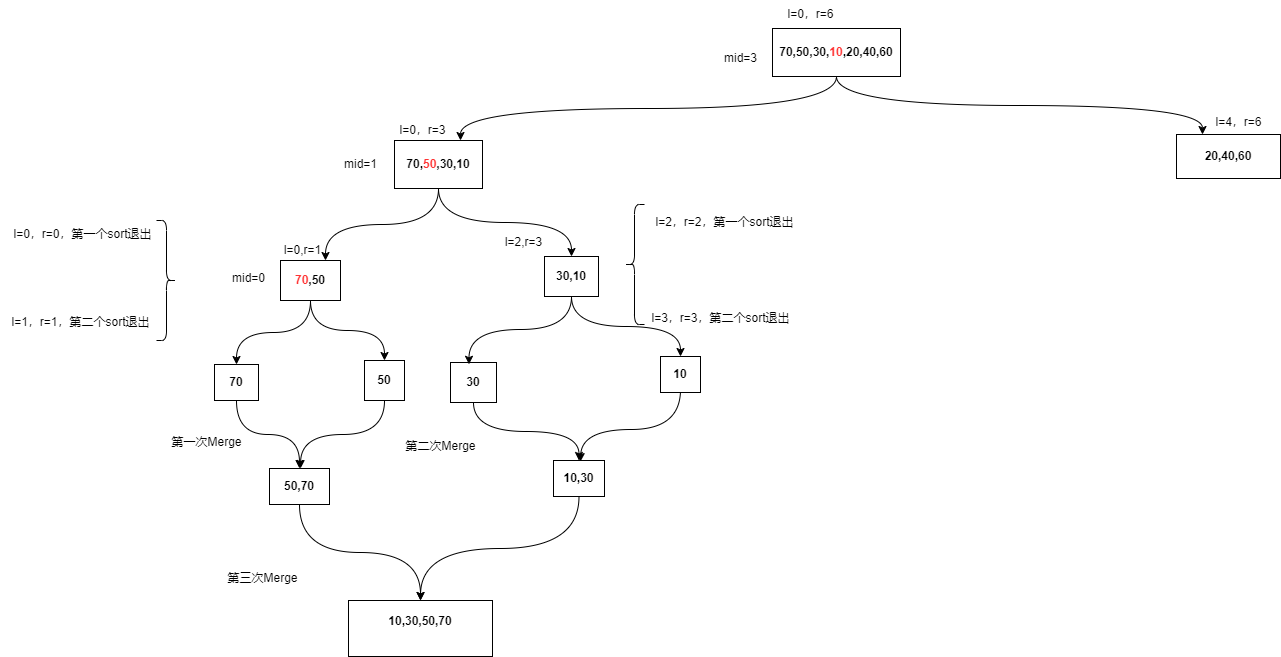
Above: AlgorithmsAndDataStructures/归并算法.drawio.png in wjb0823/drawio (draw.io), before the change. Source tidied: cells renumbered, new cells last; positions are measured from the earlier drawing's top-left corner, leaving out a move shared by most shapes. Source of this version:
```xml
<mxGraphModel>
  <root>
    <mxCell id="0" />
    <mxCell id="1" parent="0" />
    <mxCell id="2" style="edgeStyle=orthogonalEdgeStyle;rounded=0;jettySize=auto;html=1;exitX=0.5;exitY=1;exitDx=0;exitDy=0;entryX=0.75;entryY=0;entryDx=0;entryDy=0;curved=1;" parent="1" edge="1" source="4" target="8">
      <mxGeometry relative="1" as="geometry" />
    </mxCell>
    <mxCell id="3" style="edgeStyle=orthogonalEdgeStyle;rounded=0;jettySize=auto;html=1;exitX=0.5;exitY=1;exitDx=0;exitDy=0;curved=1;entryX=0.25;entryY=0;entryDx=0;entryDy=0;" parent="1" edge="1" source="4" target="5">
      <mxGeometry relative="1" as="geometry" />
    </mxCell>
    <mxCell id="4" value="&lt;b&gt;70,50,30,&lt;font color=&quot;#ff3333&quot;&gt;10&lt;/font&gt;,20,40,60&lt;/b&gt;" style="rounded=0;whiteSpace=wrap;html=1;" parent="1" vertex="1">
      <mxGeometry x="772" y="28" width="128" height="48" as="geometry" />
    </mxCell>
    <mxCell id="5" value="&lt;b&gt;20,40,60&lt;/b&gt;" style="rounded=0;whiteSpace=wrap;html=1;" parent="1" vertex="1">
      <mxGeometry x="1176" y="134" width="104" height="44" as="geometry" />
    </mxCell>
    <mxCell id="6" style="edgeStyle=orthogonalEdgeStyle;rounded=0;jettySize=auto;html=1;entryX=0.75;entryY=0;entryDx=0;entryDy=0;curved=1;exitX=0.5;exitY=1;exitDx=0;exitDy=0;" parent="1" edge="1" source="8" target="11">
      <mxGeometry relative="1" as="geometry" />
    </mxCell>
    <mxCell id="7" style="edgeStyle=orthogonalEdgeStyle;rounded=0;jettySize=auto;html=1;exitX=0.5;exitY=1;exitDx=0;exitDy=0;entryX=0.5;entryY=0;entryDx=0;entryDy=0;curved=1;" parent="1" edge="1" source="8" target="28">
      <mxGeometry relative="1" as="geometry" />
    </mxCell>
    <mxCell id="8" value="&lt;b&gt;70,&lt;font color=&quot;#ff3333&quot;&gt;50&lt;/font&gt;,30,10&lt;/b&gt;" style="rounded=0;whiteSpace=wrap;html=1;" parent="1" vertex="1">
      <mxGeometry x="394" y="140" width="88" height="48" as="geometry" />
    </mxCell>
    <mxCell id="9" style="edgeStyle=orthogonalEdgeStyle;rounded=0;jettySize=auto;html=1;exitX=0.5;exitY=1;exitDx=0;exitDy=0;curved=1;entryX=0.5;entryY=0;entryDx=0;entryDy=0;" parent="1" edge="1" source="11" target="20">
      <mxGeometry relative="1" as="geometry" />
    </mxCell>
    <mxCell id="10" style="edgeStyle=orthogonalEdgeStyle;rounded=0;jettySize=auto;html=1;exitX=0.5;exitY=1;exitDx=0;exitDy=0;entryX=0.5;entryY=0;entryDx=0;entryDy=0;curved=1;" parent="1" edge="1" source="11" target="22">
      <mxGeometry relative="1" as="geometry" />
    </mxCell>
    <mxCell id="11" value="&lt;b&gt;&lt;font color=&quot;#ff3333&quot;&gt;70&lt;/font&gt;,50&lt;/b&gt;" style="rounded=0;whiteSpace=wrap;html=1;" parent="1" vertex="1">
      <mxGeometry x="280" y="260" width="60" height="40" as="geometry" />
    </mxCell>
    <mxCell id="12" value="l=0，r=6" style="text;html=1;align=center;verticalAlign=middle;strokeColor=none;fillColor=none;" parent="1" vertex="1">
      <mxGeometry x="776" width="68" height="28" as="geometry" />
    </mxCell>
    <mxCell id="13" value="mid=3" style="text;html=1;align=center;verticalAlign=middle;strokeColor=none;fillColor=none;" parent="1" vertex="1">
      <mxGeometry x="712" y="44" width="56" height="28" as="geometry" />
    </mxCell>
    <mxCell id="14" value="l=0，r=3" style="text;html=1;align=center;verticalAlign=middle;strokeColor=none;fillColor=none;" parent="1" vertex="1">
      <mxGeometry x="388" y="116" width="68" height="28" as="geometry" />
    </mxCell>
    <mxCell id="15" value="mid=1" style="text;html=1;align=center;verticalAlign=middle;strokeColor=none;fillColor=none;" parent="1" vertex="1">
      <mxGeometry x="332" y="150" width="56" height="28" as="geometry" />
    </mxCell>
    <mxCell id="16" value="l=0,r=1" style="text;html=1;align=center;verticalAlign=middle;strokeColor=none;fillColor=none;" parent="1" vertex="1">
      <mxGeometry x="272" y="236" width="60" height="28" as="geometry" />
    </mxCell>
    <mxCell id="17" value="l=2，r=2，第一个sort退出" style="text;html=1;align=center;verticalAlign=middle;strokeColor=none;fillColor=none;" parent="1" vertex="1">
      <mxGeometry x="644" y="208" width="160" height="28" as="geometry" />
    </mxCell>
    <mxCell id="18" value="l=3，r=3，第二个sort退出" style="text;html=1;align=center;verticalAlign=middle;strokeColor=none;fillColor=none;" parent="1" vertex="1">
      <mxGeometry x="640" y="304" width="160" height="28" as="geometry" />
    </mxCell>
    <mxCell id="19" style="edgeStyle=orthogonalEdgeStyle;rounded=0;jettySize=auto;html=1;entryX=0.5;entryY=0;entryDx=0;entryDy=0;curved=1;exitX=0.5;exitY=1;exitDx=0;exitDy=0;" parent="1" edge="1" source="20" target="24">
      <mxGeometry relative="1" as="geometry" />
    </mxCell>
    <mxCell id="20" value="&lt;b style=&quot;&quot;&gt;70&lt;/b&gt;" style="rounded=0;whiteSpace=wrap;html=1;" parent="1" vertex="1">
      <mxGeometry x="214" y="364" width="44" height="36" as="geometry" />
    </mxCell>
    <mxCell id="21" style="edgeStyle=orthogonalEdgeStyle;rounded=0;jettySize=auto;html=1;exitX=0.5;exitY=1;exitDx=0;exitDy=0;curved=1;" parent="1" edge="1" source="22">
      <mxGeometry relative="1" as="geometry">
        <mxPoint x="300" y="468" as="targetPoint" />
      </mxGeometry>
    </mxCell>
    <mxCell id="22" value="&lt;b style=&quot;&quot;&gt;50&lt;/b&gt;" style="rounded=0;whiteSpace=wrap;html=1;" parent="1" vertex="1">
      <mxGeometry x="364" y="360" width="40" height="40" as="geometry" />
    </mxCell>
    <mxCell id="23" style="edgeStyle=orthogonalEdgeStyle;rounded=0;jettySize=auto;html=1;exitX=0.5;exitY=1;exitDx=0;exitDy=0;entryX=0.5;entryY=0;entryDx=0;entryDy=0;curved=1;" parent="1" edge="1" source="24" target="39">
      <mxGeometry relative="1" as="geometry" />
    </mxCell>
    <mxCell id="24" value="&lt;b style=&quot;&quot;&gt;50,70&lt;/b&gt;&lt;b style=&quot;&quot;&gt;&lt;br&gt;&lt;/b&gt;" style="rounded=0;whiteSpace=wrap;html=1;" parent="1" vertex="1">
      <mxGeometry x="269" y="468" width="60" height="36" as="geometry" />
    </mxCell>
    <mxCell id="25" value="第一次Merge" style="text;html=1;align=center;verticalAlign=middle;strokeColor=none;fillColor=none;" parent="1" vertex="1">
      <mxGeometry x="160" y="428" width="92" height="28" as="geometry" />
    </mxCell>
    <mxCell id="26" value="l=2,r=3" style="text;html=1;align=center;verticalAlign=middle;strokeColor=none;fillColor=none;" parent="1" vertex="1">
      <mxGeometry x="493" y="228" width="60" height="28" as="geometry" />
    </mxCell>
    <mxCell id="27" style="edgeStyle=orthogonalEdgeStyle;rounded=0;jettySize=auto;html=1;exitX=0.5;exitY=1;exitDx=0;exitDy=0;entryX=0.5;entryY=0;entryDx=0;entryDy=0;curved=1;" parent="1" edge="1" source="28" target="32">
      <mxGeometry relative="1" as="geometry" />
    </mxCell>
    <mxCell id="28" value="&lt;b style=&quot;&quot;&gt;30,10&lt;/b&gt;" style="rounded=0;whiteSpace=wrap;html=1;" parent="1" vertex="1">
      <mxGeometry x="544" y="256" width="54" height="40" as="geometry" />
    </mxCell>
    <mxCell id="29" style="edgeStyle=orthogonalEdgeStyle;rounded=0;jettySize=auto;html=1;exitX=0.5;exitY=1;exitDx=0;exitDy=0;curved=1;" parent="1" edge="1" source="30" target="35">
      <mxGeometry relative="1" as="geometry" />
    </mxCell>
    <mxCell id="30" value="&lt;b style=&quot;&quot;&gt;30&lt;/b&gt;" style="rounded=0;whiteSpace=wrap;html=1;" parent="1" vertex="1">
      <mxGeometry x="450" y="362" width="46" height="40" as="geometry" />
    </mxCell>
    <mxCell id="31" style="edgeStyle=orthogonalEdgeStyle;rounded=0;orthogonalLoop=1;jettySize=auto;html=1;curved=1;" parent="1" edge="1">
      <mxGeometry relative="1" as="geometry">
        <mxPoint x="680" y="389" as="sourcePoint" />
        <mxPoint x="580" y="461" as="targetPoint" />
        <Array as="points">
          <mxPoint x="680" y="429" />
          <mxPoint x="581" y="429" />
        </Array>
      </mxGeometry>
    </mxCell>
    <mxCell id="32" value="&lt;b style=&quot;&quot;&gt;10&lt;/b&gt;" style="rounded=0;whiteSpace=wrap;html=1;" parent="1" vertex="1">
      <mxGeometry x="660" y="356" width="40" height="36" as="geometry" />
    </mxCell>
    <mxCell id="33" style="edgeStyle=orthogonalEdgeStyle;rounded=0;jettySize=auto;html=1;exitX=0.5;exitY=1;exitDx=0;exitDy=0;entryX=0.402;entryY=0.045;entryDx=0;entryDy=0;entryPerimeter=0;curved=1;" parent="1" edge="1" source="28" target="30">
      <mxGeometry relative="1" as="geometry" />
    </mxCell>
    <mxCell id="34" style="edgeStyle=orthogonalEdgeStyle;rounded=0;jettySize=auto;html=1;exitX=0.5;exitY=1;exitDx=0;exitDy=0;curved=1;" parent="1" edge="1" source="35">
      <mxGeometry relative="1" as="geometry">
        <mxPoint x="420" y="600" as="targetPoint" />
      </mxGeometry>
    </mxCell>
    <mxCell id="35" value="&lt;b style=&quot;&quot;&gt;10,30&lt;/b&gt;&lt;b style=&quot;&quot;&gt;&lt;br&gt;&lt;/b&gt;" style="rounded=0;whiteSpace=wrap;html=1;" parent="1" vertex="1">
      <mxGeometry x="553" y="460" width="51" height="36" as="geometry" />
    </mxCell>
    <mxCell id="36" value="第二次Merge" style="text;html=1;align=center;verticalAlign=middle;strokeColor=none;fillColor=none;" parent="1" vertex="1">
      <mxGeometry x="394" y="432" width="92" height="28" as="geometry" />
    </mxCell>
    <mxCell id="37" value="l=0，r=0，第一个sort退出" style="text;html=1;align=center;verticalAlign=middle;strokeColor=none;fillColor=none;" parent="1" vertex="1">
      <mxGeometry x="2" y="220" width="160" height="28" as="geometry" />
    </mxCell>
    <mxCell id="38" value="l=1，r=1，第二个sort退出" style="text;html=1;align=center;verticalAlign=middle;strokeColor=none;fillColor=none;" parent="1" vertex="1">
      <mxGeometry y="308" width="160" height="28" as="geometry" />
    </mxCell>
    <mxCell id="39" value="&lt;b style=&quot;&quot;&gt;10,30,50,70&lt;br&gt;&lt;/b&gt;&lt;b style=&quot;&quot;&gt;&lt;br&gt;&lt;/b&gt;" style="rounded=0;whiteSpace=wrap;html=1;" parent="1" vertex="1">
      <mxGeometry x="348" y="600" width="144" height="56" as="geometry" />
    </mxCell>
    <mxCell id="40" value="第三次Merge" style="text;html=1;align=center;verticalAlign=middle;strokeColor=none;fillColor=none;" parent="1" vertex="1">
      <mxGeometry x="216" y="564" width="92" height="28" as="geometry" />
    </mxCell>
    <mxCell id="41" style="shape=curlyBracket;whiteSpace=wrap;html=1;rounded=1;flipH=1;labelPosition=right;verticalLabelPosition=middle;align=left;verticalAlign=middle;" parent="1" vertex="1">
      <mxGeometry x="156" y="220" width="20" height="120" as="geometry" />
    </mxCell>
    <mxCell id="42" style="shape=curlyBracket;whiteSpace=wrap;html=1;rounded=1;labelPosition=left;verticalLabelPosition=middle;align=right;verticalAlign=middle;" parent="1" vertex="1">
      <mxGeometry x="624" y="204" width="20" height="120" as="geometry" />
    </mxCell>
    <mxCell id="43" value="l=4，r=6" style="text;html=1;align=center;verticalAlign=middle;strokeColor=none;fillColor=none;" parent="1" vertex="1">
      <mxGeometry x="1204" y="108" width="68" height="28" as="geometry" />
    </mxCell>
    <mxCell id="44" value="mid=0" style="text;html=1;align=center;verticalAlign=middle;strokeColor=none;fillColor=none;" parent="1" vertex="1">
      <mxGeometry x="220" y="264" width="56" height="28" as="geometry" />
    </mxCell>
  </root>
</mxGraphModel>
```
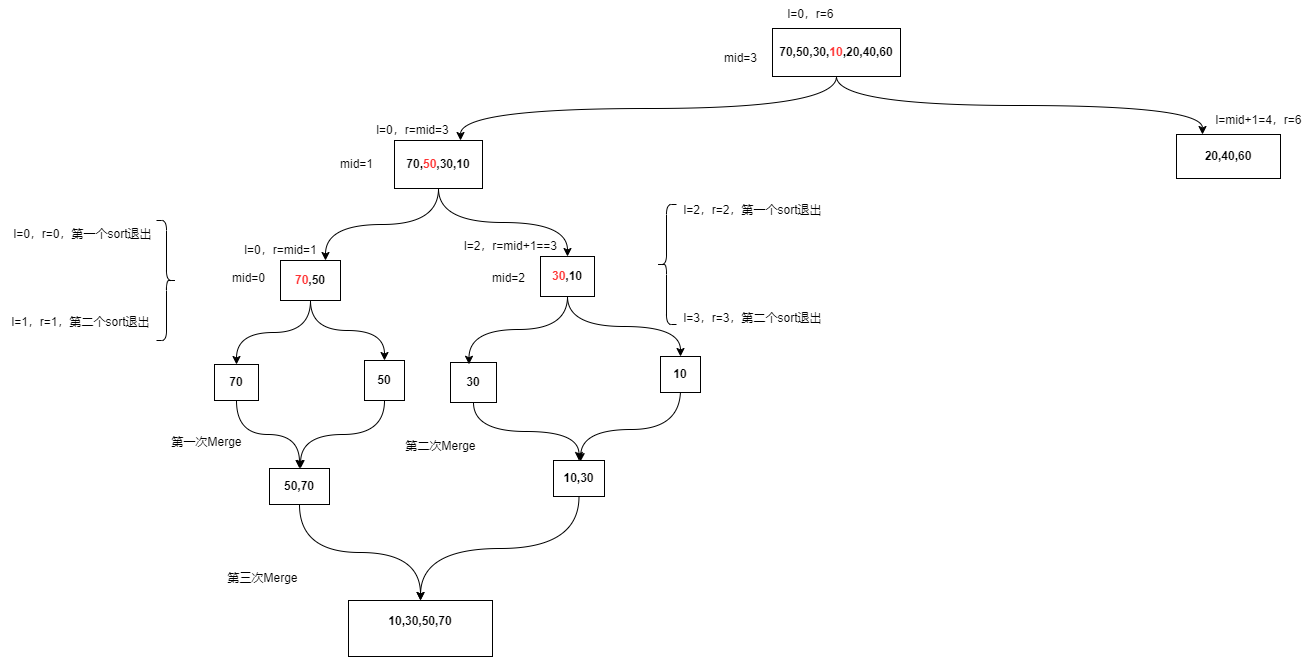
After the commit.

Commit message:
更新归并算法.drawio.png

Change to the diagram source:
```diff
@@ -38,20 +38,20 @@
     <mxCell id="13" value="mid=3" style="text;html=1;align=center;verticalAlign=middle;strokeColor=none;fillColor=none;" parent="1" vertex="1">
       <mxGeometry x="712" y="44" width="56" height="28" as="geometry" />
     </mxCell>
-    <mxCell id="14" value="l=0，r=3" style="text;html=1;align=center;verticalAlign=middle;strokeColor=none;fillColor=none;" parent="1" vertex="1">
-      <mxGeometry x="388" y="116" width="68" height="28" as="geometry" />
+    <mxCell id="14" value="l=0，r=mid=3" style="text;html=1;align=center;verticalAlign=middle;strokeColor=none;fillColor=none;" parent="1" vertex="1">
+      <mxGeometry x="364" y="116" width="96" height="28" as="geometry" />
     </mxCell>
     <mxCell id="15" value="mid=1" style="text;html=1;align=center;verticalAlign=middle;strokeColor=none;fillColor=none;" parent="1" vertex="1">
-      <mxGeometry x="332" y="150" width="56" height="28" as="geometry" />
+      <mxGeometry x="328" y="150" width="56" height="28" as="geometry" />
     </mxCell>
-    <mxCell id="16" value="l=0,r=1" style="text;html=1;align=center;verticalAlign=middle;strokeColor=none;fillColor=none;" parent="1" vertex="1">
-      <mxGeometry x="272" y="236" width="60" height="28" as="geometry" />
+    <mxCell id="16" value="l=0，r=mid=1" style="text;html=1;align=center;verticalAlign=middle;strokeColor=none;fillColor=none;" parent="1" vertex="1">
+      <mxGeometry x="232" y="236" width="96" height="28" as="geometry" />
     </mxCell>
     <mxCell id="17" value="l=2，r=2，第一个sort退出" style="text;html=1;align=center;verticalAlign=middle;strokeColor=none;fillColor=none;" parent="1" vertex="1">
-      <mxGeometry x="644" y="208" width="160" height="28" as="geometry" />
+      <mxGeometry x="672" y="196" width="160" height="28" as="geometry" />
     </mxCell>
     <mxCell id="18" value="l=3，r=3，第二个sort退出" style="text;html=1;align=center;verticalAlign=middle;strokeColor=none;fillColor=none;" parent="1" vertex="1">
-      <mxGeometry x="640" y="304" width="160" height="28" as="geometry" />
+      <mxGeometry x="672" y="304" width="160" height="28" as="geometry" />
     </mxCell>
     <mxCell id="19" style="edgeStyle=orthogonalEdgeStyle;rounded=0;jettySize=auto;html=1;entryX=0.5;entryY=0;entryDx=0;entryDy=0;curved=1;exitX=0.5;exitY=1;exitDx=0;exitDy=0;" parent="1" edge="1" source="20" target="24">
       <mxGeometry relative="1" as="geometry" />
@@ -76,14 +76,14 @@
     <mxCell id="25" value="第一次Merge" style="text;html=1;align=center;verticalAlign=middle;strokeColor=none;fillColor=none;" parent="1" vertex="1">
       <mxGeometry x="160" y="428" width="92" height="28" as="geometry" />
     </mxCell>
-    <mxCell id="26" value="l=2,r=3" style="text;html=1;align=center;verticalAlign=middle;strokeColor=none;fillColor=none;" parent="1" vertex="1">
-      <mxGeometry x="493" y="228" width="60" height="28" as="geometry" />
+    <mxCell id="26" value="l=2，r=mid+1==3" style="text;html=1;align=center;verticalAlign=middle;strokeColor=none;fillColor=none;" parent="1" vertex="1">
+      <mxGeometry x="452" y="232" width="116" height="28" as="geometry" />
     </mxCell>
     <mxCell id="27" style="edgeStyle=orthogonalEdgeStyle;rounded=0;jettySize=auto;html=1;exitX=0.5;exitY=1;exitDx=0;exitDy=0;entryX=0.5;entryY=0;entryDx=0;entryDy=0;curved=1;" parent="1" edge="1" source="28" target="32">
       <mxGeometry relative="1" as="geometry" />
     </mxCell>
-    <mxCell id="28" value="&lt;b style=&quot;&quot;&gt;30,10&lt;/b&gt;" style="rounded=0;whiteSpace=wrap;html=1;" parent="1" vertex="1">
-      <mxGeometry x="544" y="256" width="54" height="40" as="geometry" />
+    <mxCell id="28" value="&lt;b style=&quot;&quot;&gt;&lt;font color=&quot;#ff3333&quot;&gt;30&lt;/font&gt;,10&lt;/b&gt;" style="rounded=0;whiteSpace=wrap;html=1;" parent="1" vertex="1">
+      <mxGeometry x="540" y="256" width="54" height="40" as="geometry" />
     </mxCell>
     <mxCell id="29" style="edgeStyle=orthogonalEdgeStyle;rounded=0;jettySize=auto;html=1;exitX=0.5;exitY=1;exitDx=0;exitDy=0;curved=1;" parent="1" edge="1" source="30" target="35">
       <mxGeometry relative="1" as="geometry" />
@@ -134,13 +134,16 @@
       <mxGeometry x="156" y="220" width="20" height="120" as="geometry" />
     </mxCell>
     <mxCell id="42" style="shape=curlyBracket;whiteSpace=wrap;html=1;rounded=1;labelPosition=left;verticalLabelPosition=middle;align=right;verticalAlign=middle;" parent="1" vertex="1">
-      <mxGeometry x="624" y="204" width="20" height="120" as="geometry" />
+      <mxGeometry x="656" y="204" width="20" height="120" as="geometry" />
     </mxCell>
-    <mxCell id="43" value="l=4，r=6" style="text;html=1;align=center;verticalAlign=middle;strokeColor=none;fillColor=none;" parent="1" vertex="1">
-      <mxGeometry x="1204" y="108" width="68" height="28" as="geometry" />
+    <mxCell id="43" value="l=mid+1=4，r=6" style="text;html=1;align=center;verticalAlign=middle;strokeColor=none;fillColor=none;" parent="1" vertex="1">
+      <mxGeometry x="1204" y="106" width="108" height="28" as="geometry" />
     </mxCell>
     <mxCell id="44" value="mid=0" style="text;html=1;align=center;verticalAlign=middle;strokeColor=none;fillColor=none;" parent="1" vertex="1">
       <mxGeometry x="220" y="264" width="56" height="28" as="geometry" />
     </mxCell>
+    <mxCell id="45" value="mid=2" style="text;html=1;align=center;verticalAlign=middle;strokeColor=none;fillColor=none;" parent="1" vertex="1">
+      <mxGeometry x="480" y="264" width="56" height="28" as="geometry" />
+    </mxCell>
   </root>
 </mxGraphModel>
```
